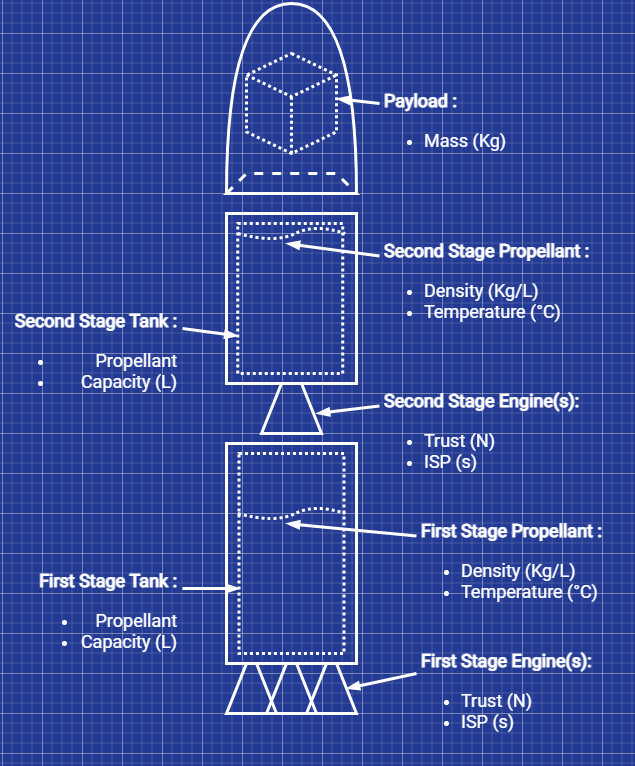
benjaminpmd/GLP-Spatial keeps this draw.io diagram as src/images/RocketSchema.png. Above is the earlier version. Source tidied: cells renumbered, new cells last; positions are measured from the earlier drawing's top-left corner, leaving out a move shared by most shapes.
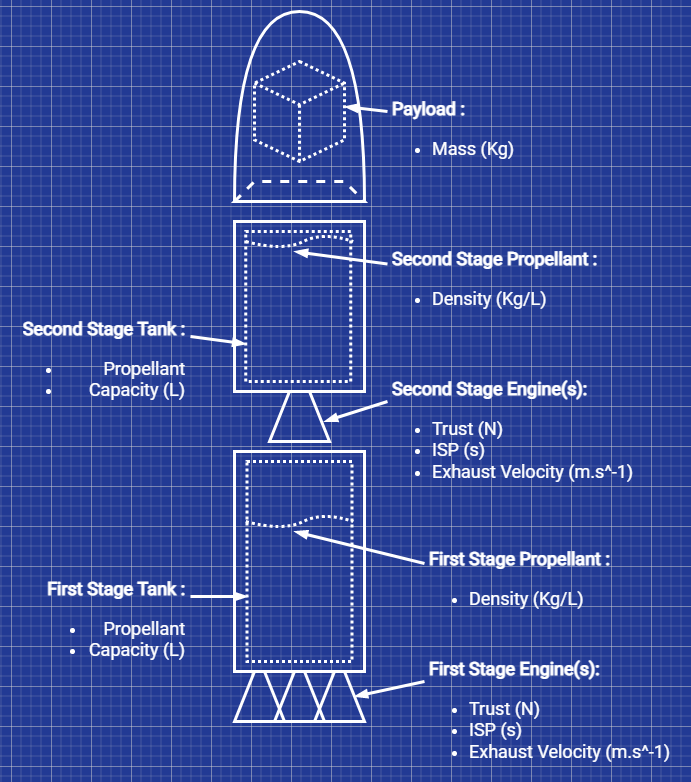
Above is the later version.

Diff of the diagram source:
```diff
@@ -71,7 +71,7 @@
     <mxCell id="18" value="&lt;div style=&quot;font-size: 18px;&quot;&gt;&lt;h3 style=&quot;font-size: 18px;&quot;&gt;&lt;font style=&quot;line-height: 1.2; font-size: 18px;&quot; face=&quot;Roboto&quot;&gt;Payload :&lt;br style=&quot;font-size: 18px;&quot;&gt;&lt;/font&gt;&lt;/h3&gt;&lt;div style=&quot;font-size: 18px;&quot;&gt;&lt;ul style=&quot;font-size: 18px;&quot;&gt;&lt;li style=&quot;line-height: 1; font-size: 18px;&quot;&gt;&lt;font style=&quot;line-height: 1.2; font-size: 18px;&quot; face=&quot;Roboto&quot;&gt;Mass (Kg)&lt;/font&gt;&lt;br style=&quot;font-size: 18px;&quot;&gt;&lt;/li&gt;&lt;/ul&gt;&lt;/div&gt;&lt;/div&gt;" style="text;html=1;strokeColor=none;fillColor=none;spacing=5;spacingTop=-20;whiteSpace=wrap;overflow=hidden;rounded=0;fontFamily=Helvetica;fontSize=18;fontColor=#FFFFFF;" parent="1" vertex="1">
       <mxGeometry x="377" y="80" width="190" height="80" as="geometry" />
     </mxCell>
-    <mxCell id="19" value="&lt;p style=&quot;line-height: 1; font-size: 18px;&quot;&gt;&lt;/p&gt;&lt;div style=&quot;font-size: 18px;&quot;&gt;&lt;h3 style=&quot;font-size: 18px;&quot;&gt;&lt;font style=&quot;line-height: 1.2; font-size: 18px;&quot; face=&quot;Roboto&quot;&gt;Second Stage Propellant :&lt;br style=&quot;font-size: 18px;&quot;&gt;&lt;/font&gt;&lt;/h3&gt;&lt;div style=&quot;font-size: 18px;&quot;&gt;&lt;ul style=&quot;font-size: 18px;&quot;&gt;&lt;li style=&quot;line-height: 1; font-size: 18px;&quot;&gt;&lt;font style=&quot;line-height: 1.2; font-size: 18px;&quot; face=&quot;Roboto&quot;&gt;Density (Kg/L)&lt;/font&gt;&lt;/li&gt;&lt;li style=&quot;line-height: 1; font-size: 18px;&quot;&gt;&lt;font style=&quot;line-height: 1.2; font-size: 18px;&quot; face=&quot;Roboto&quot;&gt;Temperature (°C)&lt;br style=&quot;font-size: 18px;&quot;&gt;&lt;/font&gt;&lt;/li&gt;&lt;/ul&gt;&lt;/div&gt;&lt;/div&gt;&lt;p style=&quot;font-size: 18px;&quot;&gt;&lt;/p&gt;" style="text;html=1;strokeColor=none;fillColor=none;spacing=5;spacingTop=-20;whiteSpace=wrap;overflow=hidden;rounded=0;fontFamily=Helvetica;fontSize=18;fontColor=#FFFFFF;" parent="1" vertex="1">
+    <mxCell id="19" value="&lt;p style=&quot;line-height: 1 ; font-size: 18px&quot;&gt;&lt;/p&gt;&lt;div style=&quot;font-size: 18px&quot;&gt;&lt;h3 style=&quot;font-size: 18px&quot;&gt;&lt;font style=&quot;line-height: 1.2 ; font-size: 18px&quot; face=&quot;Roboto&quot;&gt;Second Stage Propellant :&lt;br style=&quot;font-size: 18px&quot;&gt;&lt;/font&gt;&lt;/h3&gt;&lt;div style=&quot;font-size: 18px&quot;&gt;&lt;ul style=&quot;font-size: 18px&quot;&gt;&lt;li style=&quot;line-height: 1 ; font-size: 18px&quot;&gt;&lt;font style=&quot;line-height: 1.2 ; font-size: 18px&quot; face=&quot;Roboto&quot;&gt;Density (Kg/L)&lt;/font&gt;&lt;/li&gt;&lt;/ul&gt;&lt;/div&gt;&lt;/div&gt;&lt;p style=&quot;font-size: 18px&quot;&gt;&lt;/p&gt;" style="text;html=1;strokeColor=none;fillColor=none;spacing=5;spacingTop=-20;whiteSpace=wrap;overflow=hidden;rounded=0;fontFamily=Helvetica;fontSize=18;fontColor=#FFFFFF;" parent="1" vertex="1">
       <mxGeometry x="377" y="230" width="226" height="90" as="geometry" />
     </mxCell>
     <mxCell id="20" value="&lt;p style=&quot;line-height: 1; font-size: 18px;&quot;&gt;&lt;/p&gt;&lt;div style=&quot;font-size: 18px;&quot;&gt;&lt;h3 style=&quot;font-size: 18px;&quot;&gt;&lt;font style=&quot;line-height: 1.2; font-size: 18px;&quot; face=&quot;Roboto&quot;&gt;Second Stage Tank :&lt;br style=&quot;font-size: 18px;&quot;&gt;&lt;/font&gt;&lt;/h3&gt;&lt;div style=&quot;font-size: 18px;&quot;&gt;&lt;ul style=&quot;font-size: 18px;&quot;&gt;&lt;li style=&quot;line-height: 1; font-size: 18px;&quot;&gt;&lt;font style=&quot;line-height: 1.2; font-size: 18px;&quot; face=&quot;Roboto&quot;&gt;Propellant&lt;/font&gt;&lt;/li&gt;&lt;li style=&quot;line-height: 1; font-size: 18px;&quot;&gt;&lt;font style=&quot;line-height: 1.2; font-size: 18px;&quot; face=&quot;Roboto&quot;&gt;Capacity (L)&lt;br style=&quot;font-size: 18px;&quot;&gt;&lt;/font&gt;&lt;/li&gt;&lt;/ul&gt;&lt;/div&gt;&lt;/div&gt;&lt;p style=&quot;font-size: 18px;&quot;&gt;&lt;/p&gt;" style="text;html=1;strokeColor=none;fillColor=none;spacing=5;spacingTop=-20;whiteSpace=wrap;overflow=hidden;rounded=0;fontFamily=Helvetica;fontSize=18;fontColor=#FFFFFF;align=right;" parent="1" vertex="1">
@@ -82,8 +82,8 @@
         <mxPoint x="314" y="410" as="targetPoint" />
       </mxGeometry>
     </mxCell>
-    <mxCell id="22" value="&lt;p style=&quot;line-height: 1; font-size: 18px;&quot;&gt;&lt;/p&gt;&lt;div style=&quot;font-size: 18px;&quot;&gt;&lt;h3 style=&quot;font-size: 18px;&quot;&gt;&lt;font style=&quot;line-height: 1.2; font-size: 18px;&quot; face=&quot;Roboto&quot;&gt;Second Stage Engine(s):&lt;br style=&quot;font-size: 18px;&quot;&gt;&lt;/font&gt;&lt;/h3&gt;&lt;div style=&quot;font-size: 18px;&quot;&gt;&lt;ul style=&quot;font-size: 18px;&quot;&gt;&lt;li style=&quot;line-height: 1; font-size: 18px;&quot;&gt;&lt;font style=&quot;line-height: 1.2; font-size: 18px;&quot; face=&quot;Roboto&quot;&gt;Trust (N)&lt;br style=&quot;font-size: 18px;&quot;&gt;&lt;/font&gt;&lt;/li&gt;&lt;li style=&quot;line-height: 1; font-size: 18px;&quot;&gt;&lt;font style=&quot;line-height: 1.2; font-size: 18px;&quot; face=&quot;Roboto&quot;&gt;ISP (s)&lt;br style=&quot;font-size: 18px;&quot;&gt;&lt;/font&gt;&lt;/li&gt;&lt;/ul&gt;&lt;/div&gt;&lt;/div&gt;&lt;p style=&quot;font-size: 18px;&quot;&gt;&lt;/p&gt;" style="text;html=1;strokeColor=none;fillColor=none;spacing=5;spacingTop=-20;whiteSpace=wrap;overflow=hidden;rounded=0;fontFamily=Helvetica;fontSize=18;fontColor=#FFFFFF;" parent="1" vertex="1">
-      <mxGeometry x="377" y="380" width="226" height="90" as="geometry" />
+    <mxCell id="22" value="&lt;p style=&quot;line-height: 1 ; font-size: 18px&quot;&gt;&lt;/p&gt;&lt;div style=&quot;font-size: 18px&quot;&gt;&lt;h3 style=&quot;font-size: 18px&quot;&gt;&lt;font style=&quot;line-height: 1.2 ; font-size: 18px&quot; face=&quot;Roboto&quot;&gt;Second Stage Engine(s):&lt;br style=&quot;font-size: 18px&quot;&gt;&lt;/font&gt;&lt;/h3&gt;&lt;div style=&quot;font-size: 18px&quot;&gt;&lt;ul style=&quot;font-size: 18px&quot;&gt;&lt;li style=&quot;line-height: 1 ; font-size: 18px&quot;&gt;&lt;font style=&quot;line-height: 1.2 ; font-size: 18px&quot; face=&quot;Roboto&quot;&gt;Trust (N)&lt;br style=&quot;font-size: 18px&quot;&gt;&lt;/font&gt;&lt;/li&gt;&lt;li style=&quot;line-height: 1 ; font-size: 18px&quot;&gt;&lt;font style=&quot;line-height: 1.2 ; font-size: 18px&quot; face=&quot;Roboto&quot;&gt;ISP (s)&lt;/font&gt;&lt;/li&gt;&lt;li style=&quot;line-height: 1 ; font-size: 18px&quot;&gt;&lt;font style=&quot;line-height: 1.2 ; font-size: 18px&quot; face=&quot;Roboto&quot;&gt;Exhaust Velocity (m.s^-1)&lt;br&gt;&lt;/font&gt;&lt;/li&gt;&lt;/ul&gt;&lt;/div&gt;&lt;/div&gt;&lt;p style=&quot;font-size: 18px&quot;&gt;&lt;/p&gt;" style="text;html=1;strokeColor=none;fillColor=none;spacing=5;spacingTop=-20;whiteSpace=wrap;overflow=hidden;rounded=0;fontFamily=Helvetica;fontSize=18;fontColor=#FFFFFF;" parent="1" vertex="1">
+      <mxGeometry x="377" y="360" width="253" height="120" as="geometry" />
     </mxCell>
     <mxCell id="23" style="endArrow=blockThin;html=1;rounded=0;strokeColor=#FFFFFF;strokeWidth=3;entryX=0.004;entryY=0.675;entryDx=0;entryDy=0;entryPerimeter=0;endFill=1;exitX=1;exitY=0.25;exitDx=0;exitDy=0;" parent="1" edge="1" source="28" target="13">
       <mxGeometry relative="1" as="geometry" />
@@ -93,14 +93,14 @@
         <mxPoint x="284" y="520" as="targetPoint" />
       </mxGeometry>
     </mxCell>
-    <mxCell id="25" value="&lt;p style=&quot;line-height: 1 ; font-size: 18px&quot;&gt;&lt;/p&gt;&lt;div style=&quot;font-size: 18px&quot;&gt;&lt;h3 style=&quot;font-size: 18px&quot;&gt;&lt;font style=&quot;line-height: 1.2 ; font-size: 18px&quot; face=&quot;Roboto&quot;&gt;First Stage Propellant :&lt;br style=&quot;font-size: 18px&quot;&gt;&lt;/font&gt;&lt;/h3&gt;&lt;div style=&quot;font-size: 18px&quot;&gt;&lt;ul style=&quot;font-size: 18px&quot;&gt;&lt;li style=&quot;line-height: 1 ; font-size: 18px&quot;&gt;&lt;font style=&quot;line-height: 1.2 ; font-size: 18px&quot; face=&quot;Roboto&quot;&gt;Density (Kg/L)&lt;/font&gt;&lt;/li&gt;&lt;li style=&quot;line-height: 1 ; font-size: 18px&quot;&gt;&lt;font style=&quot;line-height: 1.2 ; font-size: 18px&quot; face=&quot;Roboto&quot;&gt;Temperature (°C)&lt;br style=&quot;font-size: 18px&quot;&gt;&lt;/font&gt;&lt;/li&gt;&lt;/ul&gt;&lt;/div&gt;&lt;/div&gt;&lt;p style=&quot;font-size: 18px&quot;&gt;&lt;/p&gt;" style="text;html=1;strokeColor=none;fillColor=none;spacing=5;spacingTop=-20;whiteSpace=wrap;overflow=hidden;rounded=0;fontFamily=Helvetica;fontSize=18;fontColor=#FFFFFF;" parent="1" vertex="1">
-      <mxGeometry x="414" y="510" width="216" height="90" as="geometry" />
+    <mxCell id="25" value="&lt;p style=&quot;line-height: 1 ; font-size: 18px&quot;&gt;&lt;/p&gt;&lt;div style=&quot;font-size: 18px&quot;&gt;&lt;h3 style=&quot;font-size: 18px&quot;&gt;&lt;font style=&quot;line-height: 1.2 ; font-size: 18px&quot; face=&quot;Roboto&quot;&gt;First Stage Propellant :&lt;br style=&quot;font-size: 18px&quot;&gt;&lt;/font&gt;&lt;/h3&gt;&lt;div style=&quot;font-size: 18px&quot;&gt;&lt;ul style=&quot;font-size: 18px&quot;&gt;&lt;li style=&quot;line-height: 1 ; font-size: 18px&quot;&gt;&lt;font style=&quot;line-height: 1.2 ; font-size: 18px&quot; face=&quot;Roboto&quot;&gt;Density (Kg/L)&lt;/font&gt;&lt;/li&gt;&lt;/ul&gt;&lt;/div&gt;&lt;/div&gt;&lt;p style=&quot;font-size: 18px&quot;&gt;&lt;/p&gt;" style="text;html=1;strokeColor=none;fillColor=none;spacing=5;spacingTop=-20;whiteSpace=wrap;overflow=hidden;rounded=0;fontFamily=Helvetica;fontSize=18;fontColor=#FFFFFF;" parent="1" vertex="1">
+      <mxGeometry x="414" y="529.5" width="216" height="90" as="geometry" />
     </mxCell>
     <mxCell id="26" style="endArrow=blockThin;html=1;rounded=0;strokeColor=#FFFFFF;strokeWidth=3;endFill=1;exitX=0;exitY=0.25;exitDx=0;exitDy=0;entryX=1;entryY=0.5;entryDx=0;entryDy=0;" parent="1" edge="1" source="27" target="11">
       <mxGeometry relative="1" as="geometry" />
     </mxCell>
-    <mxCell id="27" value="&lt;p style=&quot;line-height: 1 ; font-size: 18px&quot;&gt;&lt;/p&gt;&lt;div style=&quot;font-size: 18px&quot;&gt;&lt;h3 style=&quot;font-size: 18px&quot;&gt;&lt;font style=&quot;line-height: 1.2 ; font-size: 18px&quot; face=&quot;Roboto&quot;&gt;First Stage Engine(s):&lt;br style=&quot;font-size: 18px&quot;&gt;&lt;/font&gt;&lt;/h3&gt;&lt;div style=&quot;font-size: 18px&quot;&gt;&lt;ul style=&quot;font-size: 18px&quot;&gt;&lt;li style=&quot;line-height: 1 ; font-size: 18px&quot;&gt;&lt;font style=&quot;line-height: 1.2 ; font-size: 18px&quot; face=&quot;Roboto&quot;&gt;Trust (N)&lt;br style=&quot;font-size: 18px&quot;&gt;&lt;/font&gt;&lt;/li&gt;&lt;li style=&quot;line-height: 1 ; font-size: 18px&quot;&gt;&lt;font style=&quot;line-height: 1.2 ; font-size: 18px&quot; face=&quot;Roboto&quot;&gt;ISP (s)&lt;br style=&quot;font-size: 18px&quot;&gt;&lt;/font&gt;&lt;/li&gt;&lt;/ul&gt;&lt;/div&gt;&lt;/div&gt;&lt;p style=&quot;font-size: 18px&quot;&gt;&lt;/p&gt;" style="text;html=1;strokeColor=none;fillColor=none;spacing=5;spacingTop=-20;whiteSpace=wrap;overflow=hidden;rounded=0;fontFamily=Helvetica;fontSize=18;fontColor=#FFFFFF;" parent="1" vertex="1">
-      <mxGeometry x="414" y="640" width="206" height="120" as="geometry" />
+    <mxCell id="27" value="&lt;p style=&quot;line-height: 1 ; font-size: 18px&quot;&gt;&lt;/p&gt;&lt;div style=&quot;font-size: 18px&quot;&gt;&lt;h3 style=&quot;font-size: 18px&quot;&gt;&lt;font style=&quot;line-height: 1.2 ; font-size: 18px&quot; face=&quot;Roboto&quot;&gt;First Stage Engine(s):&lt;br style=&quot;font-size: 18px&quot;&gt;&lt;/font&gt;&lt;/h3&gt;&lt;div style=&quot;font-size: 18px&quot;&gt;&lt;ul style=&quot;font-size: 18px&quot;&gt;&lt;li style=&quot;line-height: 1 ; font-size: 18px&quot;&gt;&lt;font style=&quot;line-height: 1.2 ; font-size: 18px&quot; face=&quot;Roboto&quot;&gt;Trust (N)&lt;br style=&quot;font-size: 18px&quot;&gt;&lt;/font&gt;&lt;/li&gt;&lt;li style=&quot;line-height: 1 ; font-size: 18px&quot;&gt;&lt;font style=&quot;line-height: 1.2 ; font-size: 18px&quot; face=&quot;Roboto&quot;&gt;ISP (s)&lt;/font&gt;&lt;/li&gt;&lt;li style=&quot;line-height: 1 ; font-size: 18px&quot;&gt;&lt;font style=&quot;line-height: 1.2 ; font-size: 18px&quot; face=&quot;Roboto&quot;&gt;Exhaust Velocity (m.s^-1)&lt;/font&gt;&lt;font style=&quot;line-height: 1.2 ; font-size: 18px&quot; face=&quot;Roboto&quot;&gt;&lt;/font&gt;&lt;/li&gt;&lt;/ul&gt;&lt;/div&gt;&lt;/div&gt;&lt;p style=&quot;font-size: 18px&quot;&gt;&lt;/p&gt;" style="text;html=1;strokeColor=none;fillColor=none;spacing=5;spacingTop=-20;whiteSpace=wrap;overflow=hidden;rounded=0;fontFamily=Helvetica;fontSize=18;fontColor=#FFFFFF;" parent="1" vertex="1">
+      <mxGeometry x="414" y="640" width="256" height="120" as="geometry" />
     </mxCell>
     <mxCell id="28" value="&lt;p style=&quot;line-height: 1 ; font-size: 18px&quot;&gt;&lt;/p&gt;&lt;div style=&quot;font-size: 18px&quot;&gt;&lt;h3 style=&quot;font-size: 18px&quot;&gt;&lt;font style=&quot;line-height: 1.2 ; font-size: 18px&quot; face=&quot;Roboto&quot;&gt;First Stage Tank :&lt;br style=&quot;font-size: 18px&quot;&gt;&lt;/font&gt;&lt;/h3&gt;&lt;div style=&quot;font-size: 18px&quot;&gt;&lt;ul style=&quot;font-size: 18px&quot;&gt;&lt;li style=&quot;line-height: 1 ; font-size: 18px&quot;&gt;&lt;font style=&quot;line-height: 1.2 ; font-size: 18px&quot; face=&quot;Roboto&quot;&gt;Propellant&lt;/font&gt;&lt;/li&gt;&lt;li style=&quot;line-height: 1 ; font-size: 18px&quot;&gt;&lt;font style=&quot;line-height: 1.2 ; font-size: 18px&quot; face=&quot;Roboto&quot;&gt;Capacity (L)&lt;br style=&quot;font-size: 18px&quot;&gt;&lt;/font&gt;&lt;/li&gt;&lt;/ul&gt;&lt;/div&gt;&lt;/div&gt;&lt;p style=&quot;font-size: 18px&quot;&gt;&lt;/p&gt;" style="text;html=1;strokeColor=none;fillColor=none;spacing=5;spacingTop=-20;whiteSpace=wrap;overflow=hidden;rounded=0;fontFamily=Helvetica;fontSize=18;fontColor=#FFFFFF;align=right;" parent="1" vertex="1">
       <mxGeometry y="560" width="180" height="100" as="geometry" />
```
